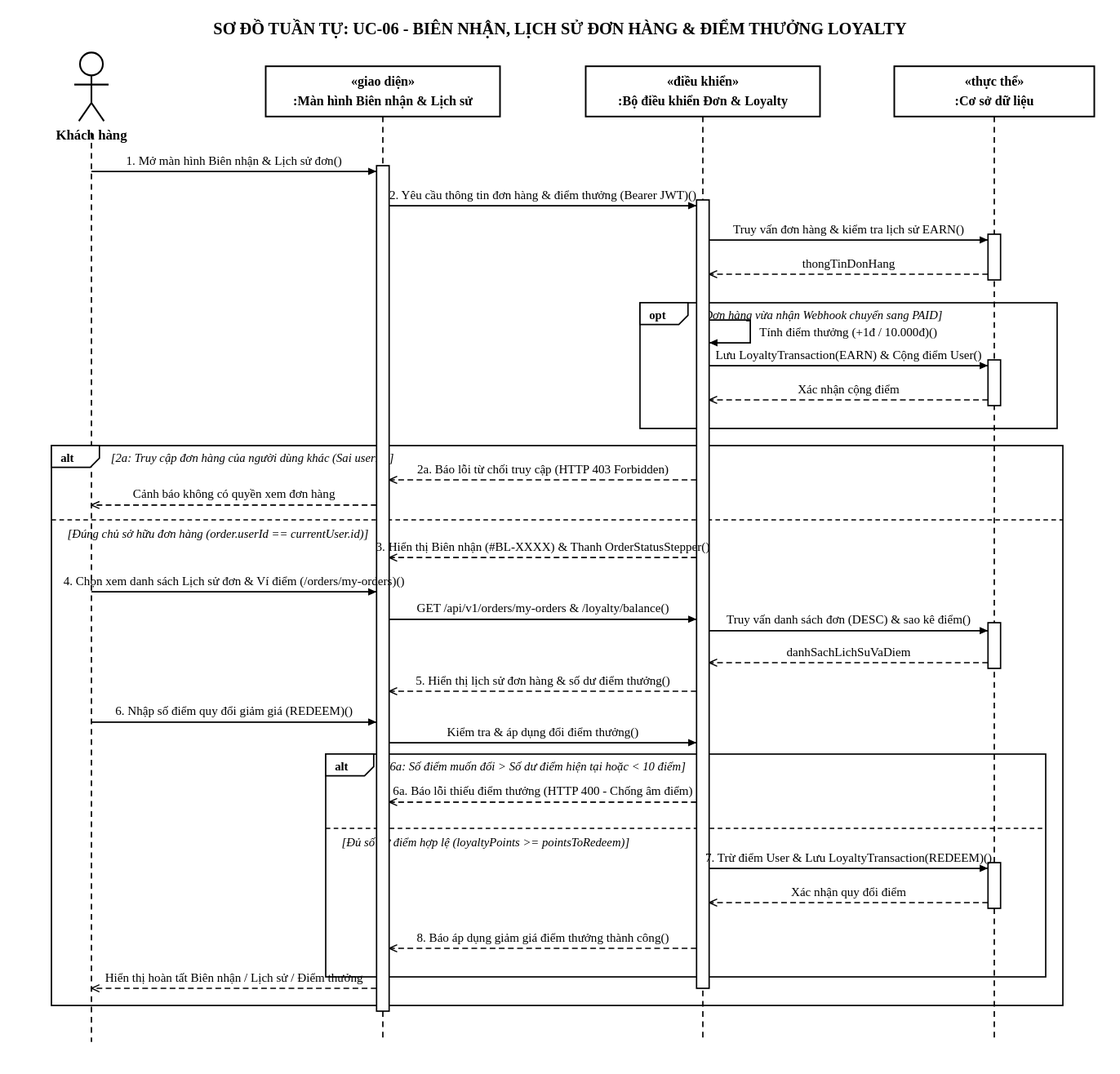
Above: docs/diagrams/sequence-06-history-loyalty.svg in SamuiSang/brewlite2 (PlantUML), before the change. Its source is kept beside it as docs/diagrams/sequence-06-history-loyalty.puml.
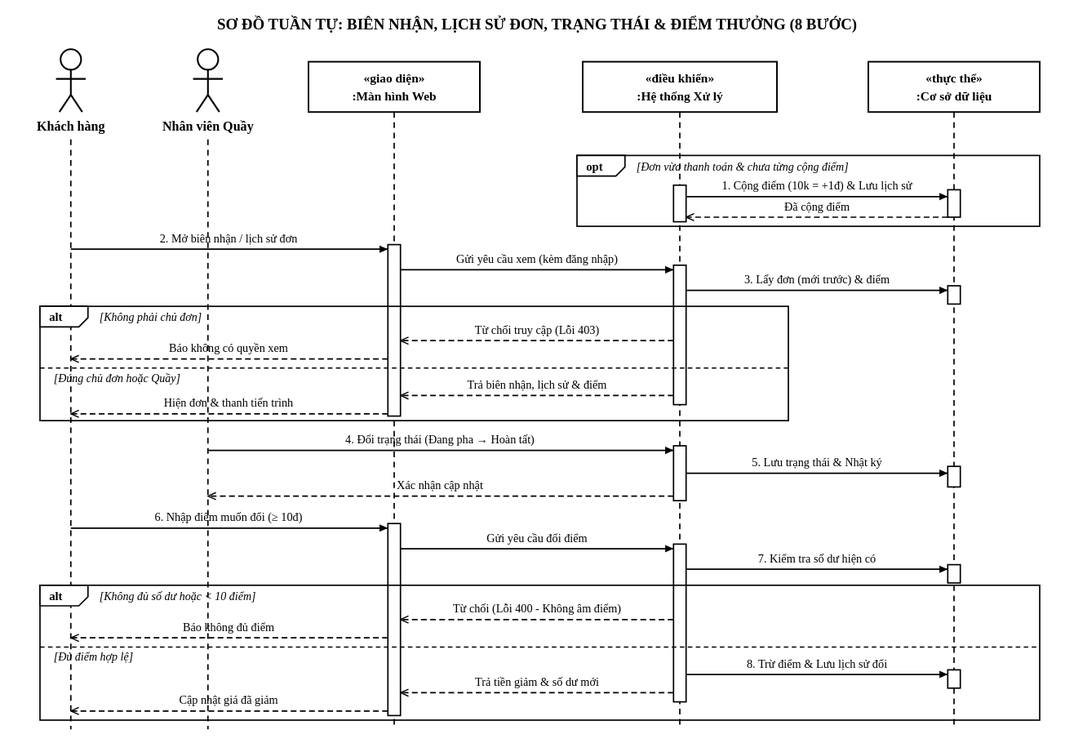
Above is the later version.

Commit message:
docs(diagrams): refine UC-06, activity, sequence diagrams and sync ADR-006 specs

Change to the diagram source:
```diff
@@ -7,117 +7,48 @@
 hide footbox
 skinparam sequenceMessageAlign left
 skinparam responseMessageBelowArrow true
-skinparam maxMessageSize 280
+skinparam maxMessageSize 220
 
-title SƠ ĐỒ TUẦN TỰ: UC-06 – BIÊN NHẬN ĐIỆN TỬ, LỊCH SỬ ĐƠN HÀNG, THEO DÕI TRẠNG THÁI & TÍCH/ĐỔI ĐIỂM LOYALTY (FR-07, FR-08, FR-10)
+title SƠ ĐỒ TUẦN TỰ: BIÊN NHẬN, LỊCH SỬ ĐƠN, TRẠNG THÁI & ĐIỂM THƯỞNG (8 BƯỚC)
 
-actor "Khách hàng\n(Customer)" as Customer
-actor "Nhân viên Quầy\n(Barista)" as Barista
-participant "«giao diện»\n:Giao diện Biên nhận & Lịch sử\n(Receipt & History UI)" as UI
-participant "«điều khiển»\n:Bộ điều khiển Đơn & Loyalty\n(Orders / LoyaltyController)" as Controller
-participant "«nghiệp vụ»\n:Dịch vụ Đơn hàng & Điểm thưởng\n(Orders / LoyaltyService)" as Service
-participant "«thực thể»\n:Cơ sở dữ liệu\n(PostgreSQL)" as DB
+actor "Khách hàng" as Customer
+actor "Nhân viên Quầy" as Barista
+participant "«giao diện»\n:Màn hình Web" as UI
+participant "«điều khiển»\n:Hệ thống Xử lý" as API
+participant "«thực thể»\n:Cơ sở dữ liệu" as DB
 
-== Giai đoạn 1: Tự động Tích lũy Điểm thưởng (EARN) khi Đơn hàng chuyển sang PAID ==
-Service -> DB: 1. Kiểm tra tồn tại LoyaltyTransaction(orderId, type='EARN')
-activate Service
-activate DB
-DB --> Service: Kết quả kiểm tra (existingTx)
+opt [Đơn vừa thanh toán & chưa từng cộng điểm]
+    API -> DB: 1. Cộng điểm (10k = +1đ) & Lưu lịch sử
+    DB --> API: Đã cộng điểm
+end
 
-alt [Chưa cộng điểm cho orderId này (existingTx == null)]
-    Service -> Service: 2. Tính điểm tích lũy: earnedPoints = floor(Order.finalAmount / 10000)
-    Service -> DB: 3. INSERT INTO "LoyaltyTransaction" (type='EARN', points=+earnedPoints, orderId)\n& UPDATE "User" SET loyaltyPoints = loyaltyPoints + earnedPoints
-    DB --> Service: Xác nhận cộng điểm thành công trong Transaction
-else [Đã cộng điểm trước đó (Webhook gửi lặp)]
-    Service -> Service: Bỏ qua cộng điểm (Đảm bảo tính bất biến Idempotency)
+Customer -> UI: 2. Mở biên nhận / lịch sử đơn
+UI -> API: Gửi yêu cầu xem (kèm đăng nhập)
+API -> DB: 3. Lấy đơn (mới trước) & điểm
+
+alt [Không phải chủ đơn]
+    API --> UI: Từ chối truy cập (Lỗi 403)
+    UI --> Customer: Báo không có quyền xem
+else [Đúng chủ đơn hoặc Quầy]
+    API --> UI: Trả biên nhận, lịch sử & điểm
+    UI --> Customer: Hiện đơn & thanh tiến trình
 end
-deactivate DB
-deactivate Service
 
-== Giai đoạn 2: Xem Biên nhận Điện tử & Kiểm tra Quyền sở hữu Đơn hàng (/checkout/success) ==
-Customer -> UI: 4. Mở trang Biên nhận đơn hàng (/checkout/success?orderId=...)
-activate UI
-UI -> Controller: 5. GET /api/v1/orders/:id (Header: Authorization Bearer <JWT>)
-activate Controller
-Controller -> Service: 6. getOrderById(orderId, currentUser)
-activate Service
-Service -> DB: 7. SELECT Order, OrderItem[], Payment, LoyaltyTransaction WHERE id = :orderId
-activate DB
-DB --> Service: Dữ liệu đơn hàng (orderRecord)
-deactivate DB
+Barista -> API: 4. Đổi trạng thái (Đang pha -> Hoàn tất)
+API -> DB: 5. Lưu trạng thái & Nhật ký
+API --> Barista: Xác nhận cập nhật
 
-alt [Đúng chủ sở hữu (order.userId == currentUser.id) hoặc role IN (STAFF, ADMIN)]
-    Service --> Controller: 8. Trả về chi tiết biên nhận (OrderDetailDto)
-    Controller --> UI: 9. HTTP 200 OK (Mã đơn #BL-XXXX, món, điểm +earnedPoints, status)
-    UI --> Customer: 10. Hiển thị Biên nhận điện tử & Thanh tiến trình OrderStatusStepper
-else [Truy cập trái phép đơn hàng của người dùng khác]
-    Service --> Controller: Ném ngoại lệ ForbiddenException
-    deactivate Service
-    Controller --> UI: HTTP 403 Forbidden ("Bạn không có quyền truy cập đơn hàng này")
-    deactivate Controller
-    UI --> Customer: Hiển thị cảnh báo 403 & Điều hướng về /orders/my-orders
+Customer -> UI: 6. Nhập điểm muốn đổi (>= 10đ)
+UI -> API: Gửi yêu cầu đổi điểm
+API -> DB: 7. Kiểm tra số dư hiện có
+
+alt [Không đủ số dư hoặc < 10 điểm]
+    API --> UI: Từ chối (Lỗi 400 - Không âm điểm)
+    UI --> Customer: Báo không đủ điểm
+else [Đủ điểm hợp lệ]
+    API -> DB: 8. Trừ điểm & Lưu lịch sử đổi
+    API --> UI: Trả tiền giảm & số dư mới
+    UI --> Customer: Cập nhật giá đã giảm
 end
-deactivate UI
-
-== Giai đoạn 3: Cập nhật Tiến trình Chế biến tại Quầy & Tra cứu Lịch sử Đơn hàng ==
-Barista -> Controller: 11. PATCH /api/v1/orders/:id/status { status: "PREPARING" -> "COMPLETED" }
-activate Controller
-Controller -> Service: 12. updateOrderStatus(orderId, newStatus, staffId)
-activate Service
-Service -> DB: 13. UPDATE "Order" SET status = :newStatus, updatedAt = NOW()
-activate DB
-DB --> Service: Xác nhận cập nhật trạng thái đơn
-deactivate DB
-Service --> Controller: OrderStatusUpdatedDto
-deactivate Service
-Controller --> Barista: HTTP 200 OK
-deactivate Controller
-
-Customer -> UI: 14. Mở trang "Lịch sử đơn hàng & Ví điểm thưởng" (/orders/my-orders)
-activate UI
-UI -> Controller: 15. GET /api/v1/orders/my-orders & GET /api/v1/loyalty/balance (Bearer <JWT>)
-activate Controller
-Controller -> Service: 16. findByUser(userId) & getBalanceAndHistory(userId)
-activate Service
-Service -> DB: 17. SELECT * FROM "Order" WHERE userId = :userId ORDER BY createdAt DESC;\nSELECT loyaltyPoints FROM "User" & SELECT * FROM "LoyaltyTransaction"
-activate DB
-DB --> Service: Danh sách đơn hàng + Số dư điểm + Lịch sử biến động điểm
-deactivate DB
-Service --> Controller: MyOrdersAndLoyaltyResponseDto
-deactivate Service
-Controller --> UI: 18. HTTP 200 OK { orders[], loyaltyPoints, transactions[] }
-deactivate Controller
-UI --> Customer: 19. Hiển thị danh sách lịch sử đơn hàng & Bảng sao kê điểm thưởng (EARN/REDEEM)
-deactivate UI
-
-== Giai đoạn 4: Quy đổi Điểm thưởng Giảm giá (REDEEM) cho Đơn hàng Tiếp theo ==
-Customer -> UI: 20. Nhập số điểm muốn đổi (pointsToRedeem) tại ô RedeemPointsInput
-activate UI
-UI -> Controller: 21. POST /api/v1/loyalty/redeem-preview { pointsToRedeem, orderSubtotal }
-activate Controller
-Controller -> Service: 22. validateAndRedeemPoints(userId, pointsToRedeem, orderSubtotal)
-activate Service
-Service -> DB: 23. SELECT loyaltyPoints FROM "User" WHERE id = :userId
-activate DB
-DB --> Service: Số dư điểm hiện tại (currentBalance)
-deactivate DB
-
-alt [Đủ điều kiện: pointsToRedeem >= 10 VÀ currentBalance >= pointsToRedeem]
-    Service -> Service: 24. Tính tiền giảm: discount = pointsToRedeem * 1000 (tối đa 50% đơn)
-    Service -> DB: 25. Khi chốt đơn trong Transaction: UPDATE "User" SET loyaltyPoints = loyaltyPoints - :pts\n& INSERT INTO "LoyaltyTransaction" (type='REDEEM', points=-:pts)
-    activate DB
-    DB --> Service: Xác nhận trừ điểm & lưu lịch sử REDEEM
-    deactivate DB
-    Service --> Controller: 26. Trả về mức giảm giá hợp lệ (RedeemSuccessDto)
-    Controller --> UI: HTTP 200 OK { loyaltyDiscountAmount, remainingPoints }
-    UI --> Customer: Cập nhật số tiền giảm từ điểm thưởng trên đơn hàng
-else [Không đủ số dư điểm (pointsToRedeem > currentBalance) hoặc < 10 điểm]
-    Service --> Controller: Báo lỗi BadRequestException ("Số dư điểm thưởng không đủ")
-    deactivate Service
-    Controller --> UI: HTTP 400 Bad Request (Tuyệt đối không để số dư điểm âm)
-    deactivate Controller
-    UI --> Customer: Hiển thị cảnh báo lỗi số dư điểm tại ô nhập
-end
-deactivate UI
 
 @enduml
```
